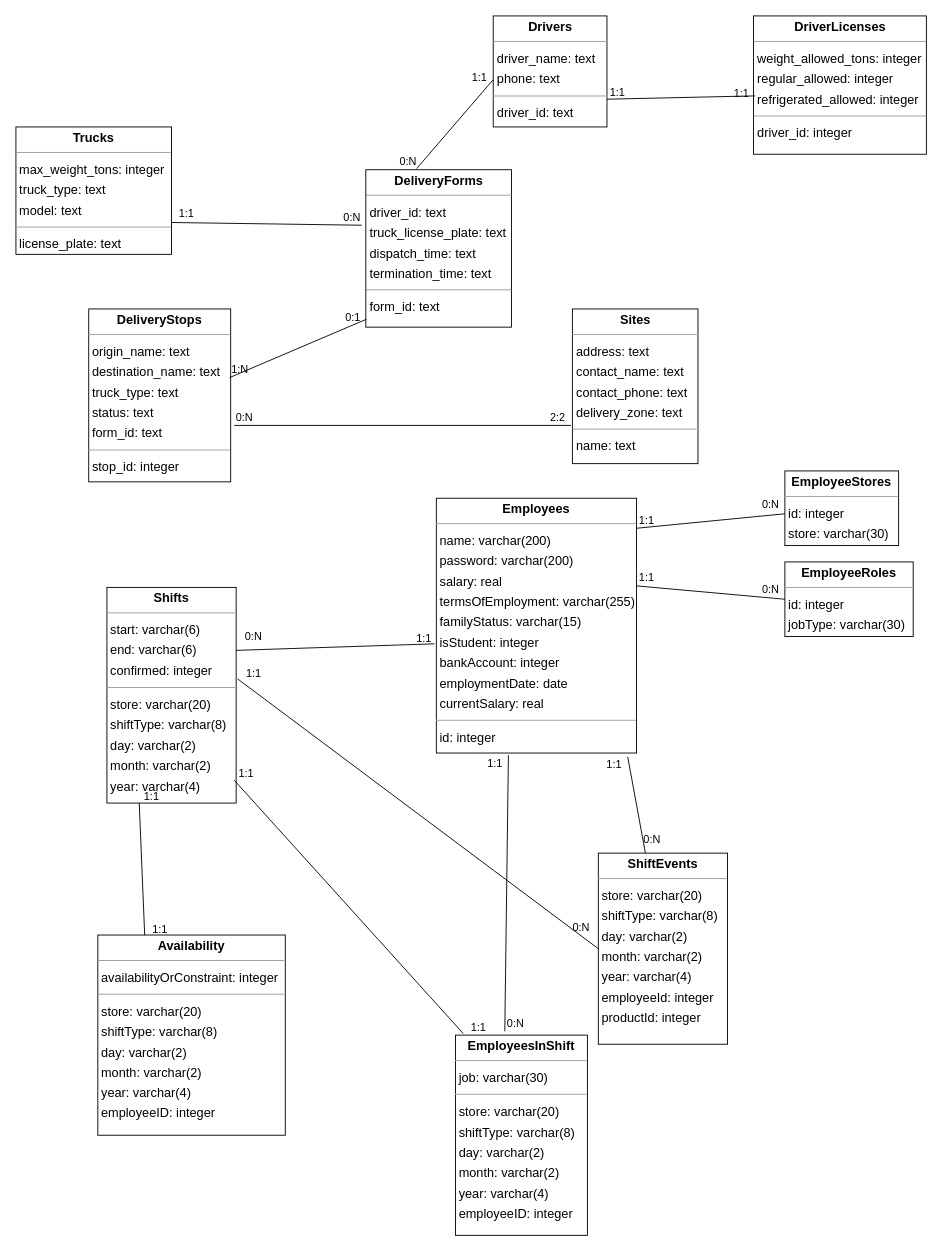
Earlier version of the draw.io diagram docs/DB ERD/HR_Deliveries_Database.drawio (peleg-bb/Supermarket-System). Source tidied: cells renumbered, new cells numbered last; positions are measured from the earlier drawing's top-left corner, leaving out a move shared by most shapes. Both pictures are drawn from the tidied source at 91%, with x=0, y=0 at pixel (15, 15).
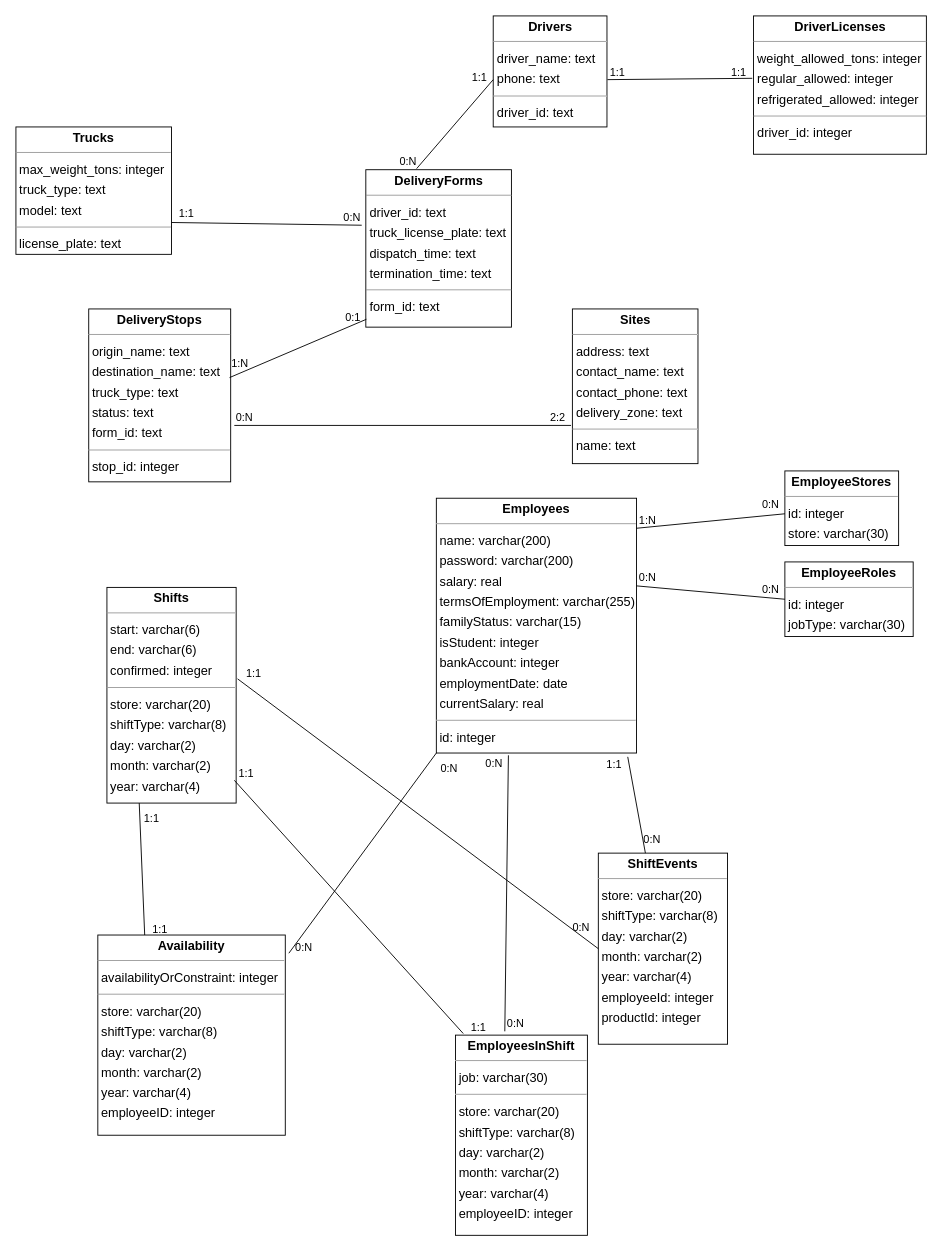
Above is the later version.

Commit message (it also covers changes not shown here):
:art: updated ERD quantifiers

Unchanged cells that the change refers to:
```xml
<mxCell id="2" value="&lt;p style=&quot;margin:0px;margin-top:4px;text-align:center;&quot;&gt;&lt;b&gt;Availability&lt;/b&gt;&lt;/p&gt;&lt;hr size=&quot;1&quot;/&gt;&lt;p style=&quot;margin:0 0 0 4px;line-height:1.6;&quot;&gt; availabilityOrConstraint: integer&lt;/p&gt;&lt;hr size=&quot;1&quot;/&gt;&lt;p style=&quot;margin:0 0 0 4px;line-height:1.6;&quot;&gt; store: varchar(20)&lt;br/&gt; shiftType: varchar(8)&lt;br/&gt; day: varchar(2)&lt;br/&gt; month: varchar(2)&lt;br/&gt; year: varchar(4)&lt;br/&gt; employeeID: integer&lt;/p&gt;" style="verticalAlign=top;align=left;overflow=fill;fontSize=14;fontFamily=Helvetica;html=1;rounded=0;shadow=0;comic=0;labelBackgroundColor=none;strokeWidth=1;" parent="1" vertex="1">
  <mxGeometry x="90" y="1010" width="206" height="220" as="geometry" />
</mxCell>
<mxCell id="5" value="&lt;p style=&quot;margin:0px;margin-top:4px;text-align:center;&quot;&gt;&lt;b&gt;DriverLicenses&lt;/b&gt;&lt;/p&gt;&lt;hr size=&quot;1&quot;/&gt;&lt;p style=&quot;margin:0 0 0 4px;line-height:1.6;&quot;&gt; weight_allowed_tons: integer&lt;br/&gt; regular_allowed: integer&lt;br/&gt; refrigerated_allowed: integer&lt;/p&gt;&lt;hr size=&quot;1&quot;/&gt;&lt;p style=&quot;margin:0 0 0 4px;line-height:1.6;&quot;&gt; driver_id: integer&lt;/p&gt;" style="verticalAlign=top;align=left;overflow=fill;fontSize=14;fontFamily=Helvetica;html=1;rounded=0;shadow=0;comic=0;labelBackgroundColor=none;strokeWidth=1;" parent="1" vertex="1">
  <mxGeometry x="810.5" width="190" height="152" as="geometry" />
</mxCell>
<mxCell id="6" value="&lt;p style=&quot;margin:0px;margin-top:4px;text-align:center;&quot;&gt;&lt;b&gt;Drivers&lt;/b&gt;&lt;/p&gt;&lt;hr size=&quot;1&quot;/&gt;&lt;p style=&quot;margin:0 0 0 4px;line-height:1.6;&quot;&gt; driver_name: text&lt;br/&gt; phone: text&lt;/p&gt;&lt;hr size=&quot;1&quot;/&gt;&lt;p style=&quot;margin:0 0 0 4px;line-height:1.6;&quot;&gt; driver_id: text&lt;/p&gt;" style="verticalAlign=top;align=left;overflow=fill;fontSize=14;fontFamily=Helvetica;html=1;rounded=0;shadow=0;comic=0;labelBackgroundColor=none;strokeWidth=1;" parent="1" vertex="1">
  <mxGeometry x="524.5" width="125" height="122" as="geometry" />
</mxCell>
<mxCell id="7" value="&lt;p style=&quot;margin:0px;margin-top:4px;text-align:center;&quot;&gt;&lt;b&gt;Employees&lt;/b&gt;&lt;/p&gt;&lt;hr size=&quot;1&quot;/&gt;&lt;p style=&quot;margin:0 0 0 4px;line-height:1.6;&quot;&gt; name: varchar(200)&lt;br/&gt; password: varchar(200)&lt;br/&gt; salary: real&lt;br/&gt; termsOfEmployment: varchar(255)&lt;br/&gt; familyStatus: varchar(15)&lt;br/&gt; isStudent: integer&lt;br/&gt; bankAccount: integer&lt;br/&gt; employmentDate: date&lt;br/&gt; currentSalary: real&lt;/p&gt;&lt;hr size=&quot;1&quot;/&gt;&lt;p style=&quot;margin:0 0 0 4px;line-height:1.6;&quot;&gt; id: integer&lt;/p&gt;" style="verticalAlign=top;align=left;overflow=fill;fontSize=14;fontFamily=Helvetica;html=1;rounded=0;shadow=0;comic=0;labelBackgroundColor=none;strokeWidth=1;" parent="1" vertex="1">
  <mxGeometry x="462" y="530" width="220" height="280" as="geometry" />
</mxCell>
<mxCell id="18" style="endArrow=none;html=1;rounded=0;exitX=0.992;exitY=0.397;exitDx=0;exitDy=0;exitPerimeter=0;entryX=0.004;entryY=0.95;entryDx=0;entryDy=0;entryPerimeter=0;" parent="1" edge="1" source="4" target="3">
  <mxGeometry relative="1" as="geometry" />
</mxCell>
<mxCell id="30" style="endArrow=none;html=1;rounded=0;exitX=1;exitY=0.75;exitDx=0;exitDy=0;" parent="1" edge="1" target="12">
  <mxGeometry relative="1" as="geometry">
    <mxPoint x="682" y="563" as="sourcePoint" />
  </mxGeometry>
</mxCell>
<mxCell id="33" style="endArrow=none;html=1;rounded=0;exitX=1;exitY=0.344;exitDx=0;exitDy=0;entryX=0;entryY=0.5;entryDx=0;entryDy=0;exitPerimeter=0;" parent="1" edge="1" source="7" target="9">
  <mxGeometry relative="1" as="geometry" />
</mxCell>
<mxCell id="36" style="endArrow=none;html=1;rounded=0;exitX=0.374;exitY=-0.019;exitDx=0;exitDy=0;entryX=0.36;entryY=1.009;entryDx=0;entryDy=0;exitPerimeter=0;entryPerimeter=0;" parent="1" edge="1" source="8" target="7">
  <mxGeometry relative="1" as="geometry" />
</mxCell>
<mxCell id="51" style="endArrow=none;html=1;rounded=0;exitX=0.25;exitY=1;exitDx=0;exitDy=0;entryX=0.25;entryY=0;entryDx=0;entryDy=0;" parent="1" edge="1" source="14" target="2">
  <mxGeometry relative="1" as="geometry" />
</mxCell>
```

Change to the diagram source:
```diff
@@
     <mxCell id="19" value="1:N" style="html=1;whiteSpace=wrap;align=left;verticalAlign=bottom;" parent="18" vertex="1">
-      <mxGeometry x="-1" relative="1" as="geometry" />
+      <mxGeometry x="-1" relative="1" as="geometry">
+        <mxPoint y="-7" as="offset" />
+      </mxGeometry>
     </mxCell>
@@
-    <mxCell id="27" style="endArrow=none;html=1;rounded=0;exitX=1;exitY=0.75;exitDx=0;exitDy=0;entryX=0.01;entryY=0.578;entryDx=0;entryDy=0;entryPerimeter=0;" parent="1" edge="1" source="6" target="5">
-      <mxGeometry relative="1" as="geometry" />
+    <mxCell id="27" style="endArrow=none;html=1;rounded=0;entryX=-0.007;entryY=0.451;entryDx=0;entryDy=0;entryPerimeter=0;" parent="1" edge="1" target="5">
+      <mxGeometry relative="1" as="geometry">
+        <mxPoint x="650" y="70" as="sourcePoint" />
+      </mxGeometry>
     </mxCell>
@@
     <mxCell id="29" value="1:1" style="html=1;whiteSpace=wrap;align=right;verticalAlign=bottom;" parent="27" vertex="1">
       <mxGeometry x="1" relative="1" as="geometry">
-        <mxPoint x="-5" y="6" as="offset" />
+        <mxPoint x="-5" y="2" as="offset" />
       </mxGeometry>
     </mxCell>
@@
-    <mxCell id="31" value="1:1" style="html=1;whiteSpace=wrap;align=left;verticalAlign=bottom;" parent="30" vertex="1">
+    <mxCell id="31" value="1:N" style="html=1;whiteSpace=wrap;align=left;verticalAlign=bottom;" parent="30" vertex="1">
       <mxGeometry x="-1" relative="1" as="geometry">
         <mxPoint x="1" as="offset" />
       </mxGeometry>
     </mxCell>
@@
-    <mxCell id="34" value="1:1" style="html=1;whiteSpace=wrap;align=left;verticalAlign=bottom;" parent="33" vertex="1">
+    <mxCell id="34" value="0:N" style="html=1;whiteSpace=wrap;align=left;verticalAlign=bottom;" parent="33" vertex="1">
       <mxGeometry x="-1" relative="1" as="geometry">
         <mxPoint x="1" as="offset" />
       </mxGeometry>
     </mxCell>
@@
-    <mxCell id="38" value="1:1" style="html=1;whiteSpace=wrap;align=right;verticalAlign=bottom;" parent="36" vertex="1">
+    <mxCell id="38" value="0:N" style="html=1;whiteSpace=wrap;align=right;verticalAlign=bottom;" parent="36" vertex="1">
       <mxGeometry x="1" relative="1" as="geometry">
         <mxPoint x="-5" y="17" as="offset" />
       </mxGeometry>
     </mxCell>
@@
-    <mxCell id="48" style="endArrow=none;html=1;rounded=0;exitX=1;exitY=0.25;exitDx=0;exitDy=0;" parent="1" edge="1">
-      <mxGeometry relative="1" as="geometry">
-        <mxPoint x="242" y="697.2" as="sourcePoint" />
-        <mxPoint x="460" y="690" as="targetPoint" />
-      </mxGeometry>
-    </mxCell>
-    <mxCell id="49" value="0:N" style="html=1;whiteSpace=wrap;align=left;verticalAlign=bottom;" parent="48" vertex="1">
-      <mxGeometry x="-1" relative="1" as="geometry">
-        <mxPoint x="8" y="-7" as="offset" />
-      </mxGeometry>
-    </mxCell>
-    <mxCell id="50" value="1:1" style="html=1;whiteSpace=wrap;align=right;verticalAlign=bottom;" parent="48" vertex="1">
-      <mxGeometry x="1" relative="1" as="geometry">
-        <mxPoint x="-2" y="2" as="offset" />
-      </mxGeometry>
-    </mxCell>
@@
     <mxCell id="52" value="1:1" style="html=1;whiteSpace=wrap;align=left;verticalAlign=bottom;" parent="51" vertex="1">
       <mxGeometry x="-1" relative="1" as="geometry">
-        <mxPoint x="3" y="1" as="offset" />
+        <mxPoint x="3" y="25" as="offset" />
       </mxGeometry>
     </mxCell>
@@
+    <mxCell id="54" style="endArrow=none;html=1;rounded=0;exitX=0;exitY=1;exitDx=0;exitDy=0;entryX=1.019;entryY=0.091;entryDx=0;entryDy=0;entryPerimeter=0;" parent="1" edge="1" source="7" target="2">
+      <mxGeometry relative="1" as="geometry" />
+    </mxCell>
+    <mxCell id="49" value="0:N" style="html=1;whiteSpace=wrap;align=left;verticalAlign=bottom;" parent="54" vertex="1">
+      <mxGeometry x="-1" relative="1" as="geometry">
+        <mxPoint x="3" y="25" as="offset" />
+      </mxGeometry>
+    </mxCell>
+    <mxCell id="55" value="0:N" style="html=1;whiteSpace=wrap;align=right;verticalAlign=bottom;" parent="54" vertex="1">
+      <mxGeometry x="1" relative="1" as="geometry">
+        <mxPoint x="27" y="2" as="offset" />
+      </mxGeometry>
+    </mxCell>
```
